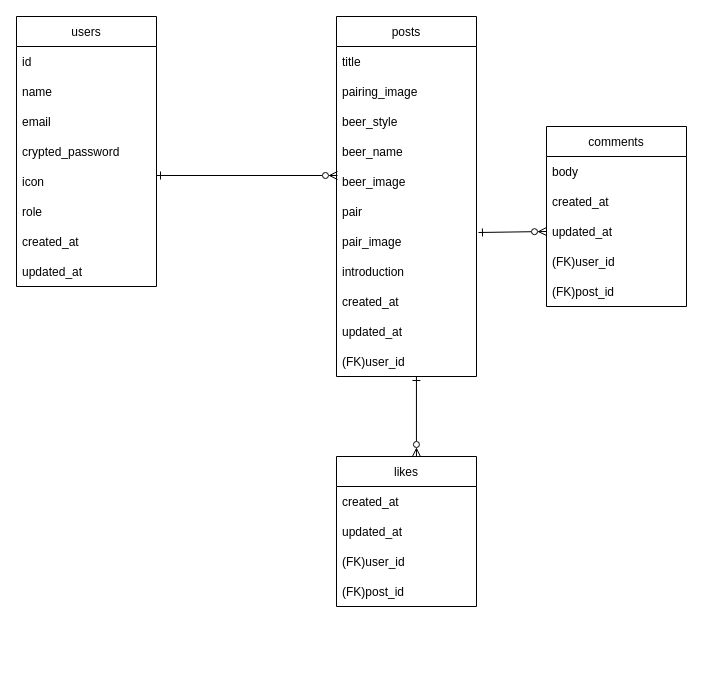
The draw.io diagram ER.drawio in ZumeShougo/beer_pair_view, before the edit. Source tidied: cells renumbered, new cells numbered last; positions are measured from the earlier drawing's top-left corner, leaving out a move shared by most shapes. Both pictures are drawn from the tidied source at 100%, with x=0, y=0 at pixel (16, 16).
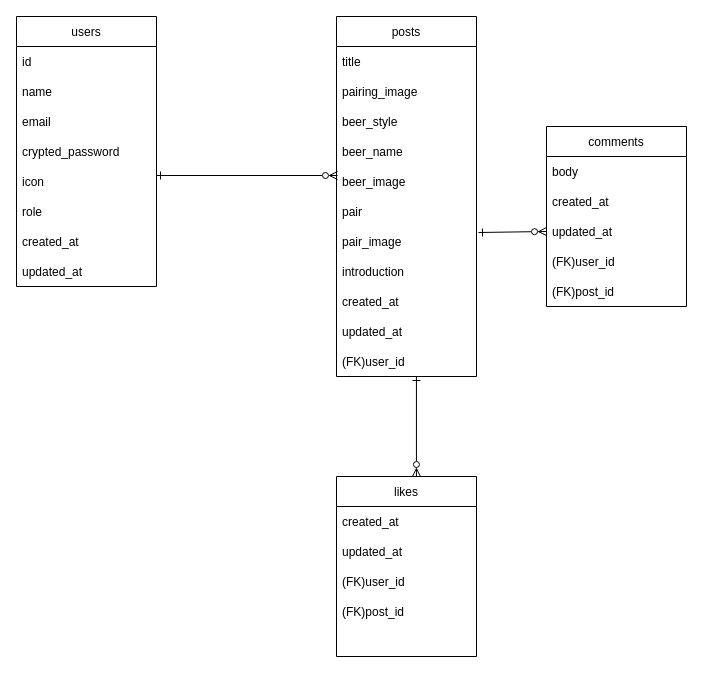
The same diagram, later.

What changed in the source:
```diff
@@
     <mxCell id="23" value="likes" style="swimlane;fontStyle=0;horizontal=1;startSize=30;" parent="1" vertex="1">
-      <mxGeometry x="320" y="440" width="140" height="150" as="geometry" />
+      <mxGeometry x="320" y="460" width="140" height="180" as="geometry" />
     </mxCell>
@@
+    <mxCell id="37" style="text;strokeColor=none;fillColor=none;align=left;verticalAlign=middle;spacingLeft=4;spacingRight=4;overflow=hidden;" parent="23" vertex="1">
+      <mxGeometry y="150" width="140" height="30" as="geometry" />
+    </mxCell>
```
